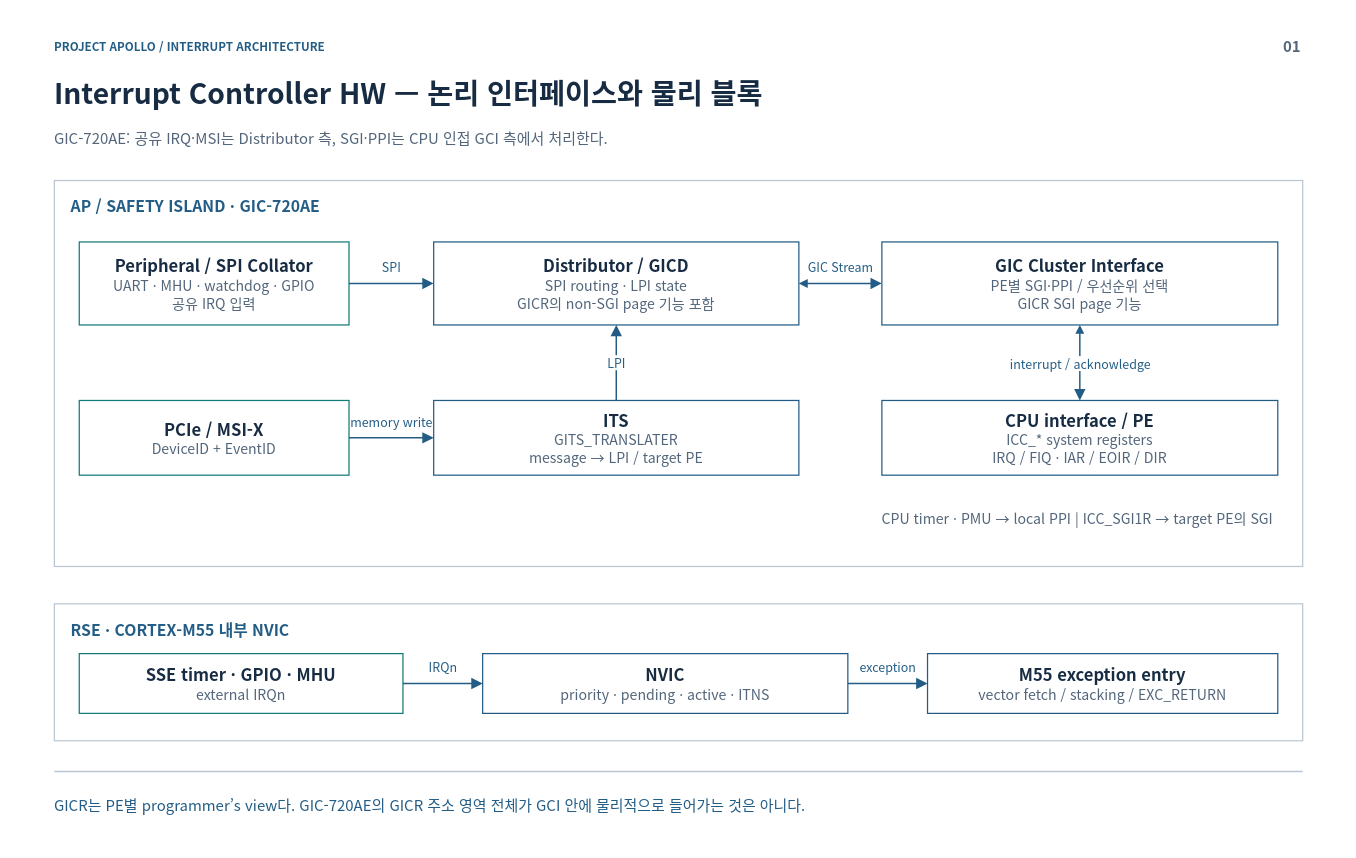
cometzero/project-apollo keeps this draw.io diagram as page "01-hardware" (1 of 32) of doc/phase1/interrupt/apollo-interrupt-architecture.drawio. Above is the earlier version. Source tidied: cells renumbered, new cells numbered last; positions are measured from the earlier drawing's top-left corner, leaving out a move shared by most shapes. Both pictures are drawn from the tidied source at 83%, with x=0, y=0 at pixel (14, 14).
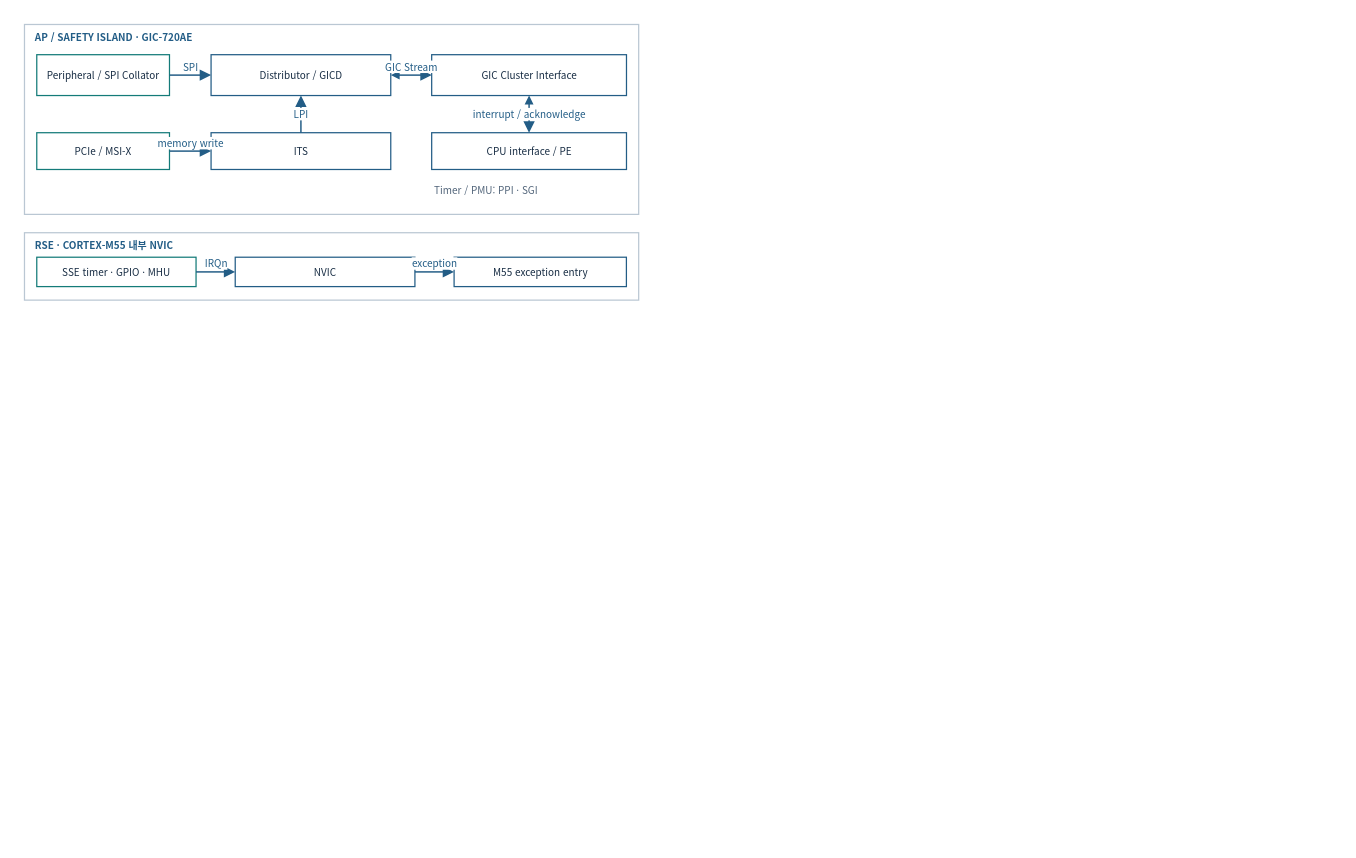
After the change.

What changed in the source:
```diff
@@
-    <mxCell id="2" style="rounded=0;whiteSpace=wrap;html=1;fillColor=#FFFFFF;strokeColor=none;strokeWidth=1.5;fontColor=#172C43;fontFamily=Noto Sans CJK KR;fontSize=18;spacing=14;" parent="1" vertex="1">
-      <mxGeometry width="1600" height="1000" as="geometry" />
-    </mxCell>
-    <mxCell id="3" value="PROJECT APOLLO  /  INTERRUPT ARCHITECTURE" style="rounded=0;whiteSpace=wrap;html=1;fillColor=#FFFFFF;strokeColor=none;strokeWidth=1.5;fontColor=#172C43;fontFamily=Noto Sans CJK KR;fontSize=18;spacing=14;fillColor=none;align=left;verticalAlign=middle;spacing=0;fontSize=14;fontColor=#235D86;fontStyle=1;" parent="1" vertex="1">
-      <mxGeometry x="48" y="26" width="1400" height="24" as="geometry" />
-    </mxCell>
-    <mxCell id="4" value="01" style="rounded=0;whiteSpace=wrap;html=1;fillColor=#FFFFFF;strokeColor=none;strokeWidth=1.5;fontColor=#172C43;fontFamily=Noto Sans CJK KR;fontSize=18;spacing=14;fillColor=none;align=right;verticalAlign=middle;spacing=0;fontSize=18;fontColor=#52657A;fontStyle=1;" parent="1" vertex="1">
-      <mxGeometry x="1485" y="23" width="65" height="30" as="geometry" />
-    </mxCell>
-    <mxCell id="5" value="Interrupt Controller HW — 논리 인터페이스와 물리 블록" style="rounded=0;whiteSpace=wrap;html=1;fillColor=#FFFFFF;strokeColor=none;strokeWidth=1.5;fontColor=#172C43;fontFamily=Noto Sans CJK KR;fontSize=18;spacing=14;fillColor=none;align=left;verticalAlign=middle;spacing=0;fontSize=34;fontColor=#172C43;fontStyle=1;" parent="1" vertex="1">
-      <mxGeometry x="48" y="67" width="1504" height="54" as="geometry" />
-    </mxCell>
-    <mxCell id="6" value="GIC-720AE: 공유 IRQ·MSI는 Distributor 측, SGI·PPI는 CPU 인접 GCI 측에서 처리한다." style="rounded=0;whiteSpace=wrap;html=1;fillColor=#FFFFFF;strokeColor=none;strokeWidth=1.5;fontColor=#172C43;fontFamily=Noto Sans CJK KR;fontSize=18;spacing=14;fillColor=none;align=left;verticalAlign=middle;spacing=0;fontSize=18;fontColor=#52657A;" parent="1" vertex="1">
-      <mxGeometry x="48" y="127" width="1504" height="44" as="geometry" />
-    </mxCell>
-    <mxCell id="7" style="html=1;rounded=0;edgeStyle=none;endArrow=none;endSize=9;strokeColor=#BAC7D3;strokeWidth=1.6;fontColor=#BAC7D3;fontFamily=Noto Sans CJK KR;fontSize=15;labelBackgroundColor=#FFFFFF;" parent="1" edge="1">
-      <mxGeometry relative="1" as="geometry">
-        <mxPoint x="48" y="912" as="sourcePoint" />
-        <mxPoint x="1552" y="912" as="targetPoint" />
-      </mxGeometry>
-    </mxCell>
-    <mxCell id="8" value="GICR는 PE별 programmer’s view다. GIC-720AE의 GICR 주소 영역 전체가 GCI 안에 물리적으로 들어가는 것은 아니다." style="rounded=0;whiteSpace=wrap;html=1;fillColor=#FFFFFF;strokeColor=none;strokeWidth=1.5;fontColor=#172C43;fontFamily=Noto Sans CJK KR;fontSize=18;spacing=14;fillColor=none;align=left;verticalAlign=middle;spacing=0;fontSize=18;fontColor=#235D86;" parent="1" vertex="1">
-      <mxGeometry x="48" y="926" width="1504" height="52" as="geometry" />
-    </mxCell>
-    <mxCell id="9" style="rounded=0;whiteSpace=wrap;html=1;fillColor=#FFFFFF;strokeColor=#BAC7D3;strokeWidth=1.5;fontColor=#172C43;fontFamily=Noto Sans CJK KR;fontSize=18;spacing=14;" parent="1" vertex="1">
-      <mxGeometry x="48" y="200" width="1504" height="465" as="geometry" />
+    <mxCell id="9" style="rounded=0;whiteSpace=wrap;html=1;fillColor=#FFFFFF;strokeColor=#BAC7D3;strokeWidth=1.5;fontColor=#172C43;fontFamily=Noto Sans CJK KR;fontSize=12;spacing=3;whiteSpace=wrap;" parent="1" vertex="1">
+      <mxGeometry x="12" y="12" width="740" height="228.8" as="geometry" />
     </mxCell>
-    <mxCell id="10" value="AP / SAFETY ISLAND  ·  GIC-720AE" style="rounded=0;whiteSpace=wrap;html=1;fillColor=#FFFFFF;strokeColor=none;strokeWidth=1.5;fontColor=#172C43;fontFamily=Noto Sans CJK KR;fontSize=18;spacing=14;fillColor=none;align=left;verticalAlign=middle;spacing=0;fontSize=19;fontColor=#235D86;fontStyle=1;" parent="1" vertex="1">
-      <mxGeometry x="68" y="215" width="1464" height="32" as="geometry" />
+    <mxCell id="10" value="AP / SAFETY ISLAND  ·  GIC-720AE" style="rounded=0;whiteSpace=wrap;html=1;fillColor=#FFFFFF;strokeColor=none;strokeWidth=1.5;fontColor=#172C43;fontFamily=Noto Sans CJK KR;fillColor=none;align=left;verticalAlign=middle;fontColor=#235D86;fontStyle=1;fontSize=12;spacing=3;whiteSpace=wrap;" parent="1" vertex="1">
+      <mxGeometry x="21.8" y="19.4" width="720.3" height="15.7" as="geometry" />
     </mxCell>
-    <mxCell id="11" value="&lt;b style=&quot;font-size:20px&quot;&gt;Peripheral / SPI Collator&lt;/b&gt;&lt;br&gt;&lt;font color=&quot;#52657A&quot; style=&quot;font-size:17px&quot;&gt;UART · MHU · watchdog · GPIO&lt;br&gt;공유 IRQ 입력&lt;/font&gt;" style="rounded=0;whiteSpace=wrap;html=1;fillColor=#FFFFFF;strokeColor=#147B79;strokeWidth=1.5;fontColor=#172C43;fontFamily=Noto Sans CJK KR;fontSize=18;spacing=14;" parent="1" vertex="1">
-      <mxGeometry x="78" y="274" width="325" height="100" as="geometry" />
+    <mxCell id="11" value="Peripheral / SPI Collator" style="rounded=0;whiteSpace=wrap;html=1;fillColor=#FFFFFF;strokeColor=#147B79;strokeWidth=1.5;fontColor=#172C43;fontFamily=Noto Sans CJK KR;fontSize=12;spacing=3;whiteSpace=wrap;" parent="1" vertex="1">
+      <mxGeometry x="26.8" y="48.4" width="159.9" height="49.2" as="geometry" />
     </mxCell>
-    <mxCell id="12" value="&lt;b style=&quot;font-size:20px&quot;&gt;Distributor / GICD&lt;/b&gt;&lt;br&gt;&lt;font color=&quot;#52657A&quot; style=&quot;font-size:17px&quot;&gt;SPI routing · LPI state&lt;br&gt;GICR의 non-SGI page 기능 포함&lt;/font&gt;" style="rounded=0;whiteSpace=wrap;html=1;fillColor=#FFFFFF;strokeColor=#235D86;strokeWidth=1.5;fontColor=#172C43;fontFamily=Noto Sans CJK KR;fontSize=18;spacing=14;" parent="1" vertex="1">
-      <mxGeometry x="505" y="274" width="440" height="100" as="geometry" />
+    <mxCell id="12" value="Distributor / GICD" style="rounded=0;whiteSpace=wrap;html=1;fillColor=#FFFFFF;strokeColor=#235D86;strokeWidth=1.5;fontColor=#172C43;fontFamily=Noto Sans CJK KR;fontSize=12;spacing=3;whiteSpace=wrap;" parent="1" vertex="1">
+      <mxGeometry x="236.8" y="48.4" width="216.5" height="49.2" as="geometry" />
     </mxCell>
-    <mxCell id="13" value="&lt;b style=&quot;font-size:20px&quot;&gt;GIC Cluster Interface&lt;/b&gt;&lt;br&gt;&lt;font color=&quot;#52657A&quot; style=&quot;font-size:17px&quot;&gt;PE별 SGI·PPI / 우선순위 선택&lt;br&gt;GICR SGI page 기능&lt;/font&gt;" style="rounded=0;whiteSpace=wrap;html=1;fillColor=#FFFFFF;strokeColor=#235D86;strokeWidth=1.5;fontColor=#172C43;fontFamily=Noto Sans CJK KR;fontSize=18;spacing=14;" parent="1" vertex="1">
-      <mxGeometry x="1045" y="274" width="477" height="100" as="geometry" />
+    <mxCell id="13" value="GIC Cluster Interface" style="rounded=0;whiteSpace=wrap;html=1;fillColor=#FFFFFF;strokeColor=#235D86;strokeWidth=1.5;fontColor=#172C43;fontFamily=Noto Sans CJK KR;fontSize=12;spacing=3;whiteSpace=wrap;" parent="1" vertex="1">
+      <mxGeometry x="502.6" y="48.4" width="234.7" height="49.2" as="geometry" />
     </mxCell>
-    <mxCell id="14" value="SPI" style="html=1;whiteSpace=nowrap;rounded=0;edgeStyle=none;endArrow=block;endFill=1;endSize=9;strokeColor=#235D86;strokeWidth=1.8;fontColor=#235D86;fontFamily=Noto Sans CJK KR;fontSize=15;labelBackgroundColor=#FFFFFF;exitX=1;exitY=0.5;exitDx=0;exitDy=0;entryX=0;entryY=0.5;entryDx=0;entryDy=0;" parent="1" edge="1" source="11" target="12">
+    <mxCell id="14" value="SPI" style="html=1;rounded=0;edgeStyle=none;endArrow=block;endFill=1;endSize=9;strokeColor=#235D86;strokeWidth=1.8;fontColor=#235D86;fontFamily=Noto Sans CJK KR;labelBackgroundColor=#FFFFFF;exitX=1;exitY=0.5;exitDx=0;exitDy=0;entryX=0;entryY=0.5;entryDx=0;entryDy=0;fontSize=12;spacing=3;whiteSpace=nowrap;" parent="1" edge="1" source="11" target="12">
       <mxGeometry relative="1" as="geometry">
-        <mxPoint y="-20" as="offset" />
+        <mxPoint y="-9.8" as="offset" />
       </mxGeometry>
     </mxCell>
-    <mxCell id="15" value="GIC Stream" style="html=1;whiteSpace=nowrap;rounded=0;edgeStyle=none;endArrow=block;endFill=1;endSize=9;strokeColor=#235D86;strokeWidth=1.8;fontColor=#235D86;fontFamily=Noto Sans CJK KR;fontSize=15;labelBackgroundColor=#FFFFFF;exitX=1;exitY=0.5;exitDx=0;exitDy=0;entryX=0;entryY=0.5;entryDx=0;entryDy=0;startArrow=block;startFill=1;" parent="1" edge="1" source="12" target="13">
+    <mxCell id="15" value="GIC Stream" style="html=1;rounded=0;edgeStyle=none;endArrow=block;endFill=1;endSize=9;strokeColor=#235D86;strokeWidth=1.8;fontColor=#235D86;fontFamily=Noto Sans CJK KR;labelBackgroundColor=#FFFFFF;exitX=1;exitY=0.5;exitDx=0;exitDy=0;entryX=0;entryY=0.5;entryDx=0;entryDy=0;startArrow=block;startFill=1;fontSize=12;spacing=3;whiteSpace=nowrap;" parent="1" edge="1" source="12" target="13">
       <mxGeometry relative="1" as="geometry">
-        <mxPoint y="-20" as="offset" />
+        <mxPoint y="-9.8" as="offset" />
       </mxGeometry>
     </mxCell>
-    <mxCell id="16" value="&lt;b style=&quot;font-size:20px&quot;&gt;PCIe / MSI-X&lt;/b&gt;&lt;br&gt;&lt;font color=&quot;#52657A&quot; style=&quot;font-size:17px&quot;&gt;DeviceID + EventID&lt;/font&gt;" style="rounded=0;whiteSpace=wrap;html=1;fillColor=#FFFFFF;strokeColor=#147B79;strokeWidth=1.5;fontColor=#172C43;fontFamily=Noto Sans CJK KR;fontSize=18;spacing=14;" parent="1" vertex="1">
-      <mxGeometry x="78" y="465" width="325" height="90" as="geometry" />
+    <mxCell id="16" value="PCIe / MSI-X" style="rounded=0;whiteSpace=wrap;html=1;fillColor=#FFFFFF;strokeColor=#147B79;strokeWidth=1.5;fontColor=#172C43;fontFamily=Noto Sans CJK KR;fontSize=12;spacing=3;whiteSpace=wrap;" parent="1" vertex="1">
+      <mxGeometry x="26.8" y="142.4" width="159.9" height="44.3" as="geometry" />
     </mxCell>
-    <mxCell id="17" value="&lt;b style=&quot;font-size:20px&quot;&gt;ITS&lt;/b&gt;&lt;br&gt;&lt;font color=&quot;#52657A&quot; style=&quot;font-size:17px&quot;&gt;GITS_TRANSLATER&lt;br&gt;message → LPI / target PE&lt;/font&gt;" style="rounded=0;whiteSpace=wrap;html=1;fillColor=#FFFFFF;strokeColor=#235D86;strokeWidth=1.5;fontColor=#172C43;fontFamily=Noto Sans CJK KR;fontSize=18;spacing=14;" parent="1" vertex="1">
-      <mxGeometry x="505" y="465" width="440" height="90" as="geometry" />
+    <mxCell id="17" value="ITS" style="rounded=0;whiteSpace=wrap;html=1;fillColor=#FFFFFF;strokeColor=#235D86;strokeWidth=1.5;fontColor=#172C43;fontFamily=Noto Sans CJK KR;fontSize=12;spacing=3;whiteSpace=wrap;" parent="1" vertex="1">
+      <mxGeometry x="236.8" y="142.4" width="216.5" height="44.3" as="geometry" />
     </mxCell>
-    <mxCell id="18" value="&lt;b style=&quot;font-size:20px&quot;&gt;CPU interface / PE&lt;/b&gt;&lt;br&gt;&lt;font color=&quot;#52657A&quot; style=&quot;font-size:17px&quot;&gt;ICC_* system registers&lt;br&gt;IRQ / FIQ · IAR / EOIR / DIR&lt;/font&gt;" style="rounded=0;whiteSpace=wrap;html=1;fillColor=#FFFFFF;strokeColor=#235D86;strokeWidth=1.5;fontColor=#172C43;fontFamily=Noto Sans CJK KR;fontSize=18;spacing=14;" parent="1" vertex="1">
-      <mxGeometry x="1045" y="465" width="477" height="90" as="geometry" />
+    <mxCell id="18" value="CPU interface / PE" style="rounded=0;whiteSpace=wrap;html=1;fillColor=#FFFFFF;strokeColor=#235D86;strokeWidth=1.5;fontColor=#172C43;fontFamily=Noto Sans CJK KR;fontSize=12;spacing=3;whiteSpace=wrap;" parent="1" vertex="1">
+      <mxGeometry x="502.6" y="142.4" width="234.7" height="44.3" as="geometry" />
     </mxCell>
-    <mxCell id="19" value="memory write" style="html=1;whiteSpace=nowrap;rounded=0;edgeStyle=none;endArrow=block;endFill=1;endSize=9;strokeColor=#235D86;strokeWidth=1.8;fontColor=#235D86;fontFamily=Noto Sans CJK KR;fontSize=15;labelBackgroundColor=#FFFFFF;exitX=1;exitY=0.5;exitDx=0;exitDy=0;entryX=0;entryY=0.5;entryDx=0;entryDy=0;" parent="1" edge="1" source="16" target="17">
+    <mxCell id="19" value="memory write" style="html=1;rounded=0;edgeStyle=none;endArrow=block;endFill=1;endSize=9;strokeColor=#235D86;strokeWidth=1.8;fontColor=#235D86;fontFamily=Noto Sans CJK KR;labelBackgroundColor=#FFFFFF;exitX=1;exitY=0.5;exitDx=0;exitDy=0;entryX=0;entryY=0.5;entryDx=0;entryDy=0;fontSize=12;spacing=3;whiteSpace=nowrap;" parent="1" edge="1" source="16" target="17">
       <mxGeometry relative="1" as="geometry">
-        <mxPoint y="-20" as="offset" />
+        <mxPoint y="-9.8" as="offset" />
       </mxGeometry>
     </mxCell>
-    <mxCell id="20" value="LPI" style="html=1;whiteSpace=nowrap;rounded=0;edgeStyle=none;endArrow=block;endFill=1;endSize=9;strokeColor=#235D86;strokeWidth=1.8;fontColor=#235D86;fontFamily=Noto Sans CJK KR;fontSize=15;labelBackgroundColor=#FFFFFF;exitX=0.5;exitY=0;exitDx=0;exitDy=0;entryX=0.5;entryY=1;entryDx=0;entryDy=0;" parent="1" edge="1" source="17" target="12">
+    <mxCell id="20" value="LPI" style="html=1;rounded=0;edgeStyle=none;endArrow=block;endFill=1;endSize=9;strokeColor=#235D86;strokeWidth=1.8;fontColor=#235D86;fontFamily=Noto Sans CJK KR;labelBackgroundColor=#FFFFFF;exitX=0.5;exitY=0;exitDx=0;exitDy=0;entryX=0.5;entryY=1;entryDx=0;entryDy=0;fontSize=12;spacing=3;whiteSpace=nowrap;" parent="1" edge="1" source="17" target="12">
       <mxGeometry relative="1" as="geometry" />
     </mxCell>
-    <mxCell id="21" value="interrupt / acknowledge" style="html=1;whiteSpace=nowrap;rounded=0;edgeStyle=none;endArrow=block;endFill=1;endSize=9;strokeColor=#235D86;strokeWidth=1.8;fontColor=#235D86;fontFamily=Noto Sans CJK KR;fontSize=15;labelBackgroundColor=#FFFFFF;exitX=0.5;exitY=1;exitDx=0;exitDy=0;entryX=0.5;entryY=0;entryDx=0;entryDy=0;startArrow=block;startFill=1;" parent="1" edge="1" source="13" target="18">
+    <mxCell id="21" value="interrupt / acknowledge" style="html=1;rounded=0;edgeStyle=none;endArrow=block;endFill=1;endSize=9;strokeColor=#235D86;strokeWidth=1.8;fontColor=#235D86;fontFamily=Noto Sans CJK KR;labelBackgroundColor=#FFFFFF;exitX=0.5;exitY=1;exitDx=0;exitDy=0;entryX=0.5;entryY=0;entryDx=0;entryDy=0;startArrow=block;startFill=1;fontSize=12;spacing=3;whiteSpace=nowrap;" parent="1" edge="1" source="13" target="18">
       <mxGeometry relative="1" as="geometry" />
     </mxCell>
-    <mxCell id="22" value="CPU timer · PMU → local PPI  |  ICC_SGI1R → target PE의 SGI" style="rounded=0;whiteSpace=wrap;html=1;fillColor=#FFFFFF;strokeColor=none;strokeWidth=1.5;fontColor=#172C43;fontFamily=Noto Sans CJK KR;fontSize=18;spacing=14;fillColor=none;align=left;verticalAlign=middle;spacing=0;fontSize=17;fontColor=#52657A;" parent="1" vertex="1">
-      <mxGeometry x="1045" y="581" width="477" height="52" as="geometry" />
+    <mxCell id="22" value="Timer / PMU: PPI · SGI" style="rounded=0;whiteSpace=wrap;html=1;fillColor=#FFFFFF;strokeColor=none;strokeWidth=1.5;fontColor=#172C43;fontFamily=Noto Sans CJK KR;fillColor=none;align=left;verticalAlign=middle;fontColor=#52657A;fontSize=12;spacing=3;whiteSpace=wrap;" parent="1" vertex="1">
+      <mxGeometry x="502.6" y="199.5" width="234.7" height="25.6" as="geometry" />
     </mxCell>
-    <mxCell id="23" style="rounded=0;whiteSpace=wrap;html=1;fillColor=#FFFFFF;strokeColor=#BAC7D3;strokeWidth=1.5;fontColor=#172C43;fontFamily=Noto Sans CJK KR;fontSize=18;spacing=14;" parent="1" vertex="1">
-      <mxGeometry x="48" y="710" width="1504" height="165" as="geometry" />
+    <mxCell id="23" style="rounded=0;whiteSpace=wrap;html=1;fillColor=#FFFFFF;strokeColor=#BAC7D3;strokeWidth=1.5;fontColor=#172C43;fontFamily=Noto Sans CJK KR;fontSize=12;spacing=3;whiteSpace=wrap;" parent="1" vertex="1">
+      <mxGeometry x="12" y="262.9" width="740" height="81.2" as="geometry" />
     </mxCell>
-    <mxCell id="24" value="RSE  ·  CORTEX-M55 내부 NVIC" style="rounded=0;whiteSpace=wrap;html=1;fillColor=#FFFFFF;strokeColor=none;strokeWidth=1.5;fontColor=#172C43;fontFamily=Noto Sans CJK KR;fontSize=18;spacing=14;fillColor=none;align=left;verticalAlign=middle;spacing=0;fontSize=19;fontColor=#235D86;fontStyle=1;" parent="1" vertex="1">
-      <mxGeometry x="68" y="725" width="1464" height="32" as="geometry" />
+    <mxCell id="24" value="RSE  ·  CORTEX-M55 내부 NVIC" style="rounded=0;whiteSpace=wrap;html=1;fillColor=#FFFFFF;strokeColor=none;strokeWidth=1.5;fontColor=#172C43;fontFamily=Noto Sans CJK KR;fillColor=none;align=left;verticalAlign=middle;fontColor=#235D86;fontStyle=1;fontSize=12;spacing=3;whiteSpace=wrap;" parent="1" vertex="1">
+      <mxGeometry x="21.8" y="270.3" width="720.3" height="15.7" as="geometry" />
     </mxCell>
-    <mxCell id="25" value="&lt;b style=&quot;font-size:20px&quot;&gt;SSE timer · GPIO · MHU&lt;/b&gt;&lt;br&gt;&lt;font color=&quot;#52657A&quot; style=&quot;font-size:17px&quot;&gt;external IRQn&lt;/font&gt;" style="rounded=0;whiteSpace=wrap;html=1;fillColor=#FFFFFF;strokeColor=#147B79;strokeWidth=1.5;fontColor=#172C43;fontFamily=Noto Sans CJK KR;fontSize=18;spacing=14;" parent="1" vertex="1">
-      <mxGeometry x="78" y="770" width="390" height="72" as="geometry" />
+    <mxCell id="25" value="SSE timer · GPIO · MHU" style="rounded=0;whiteSpace=wrap;html=1;fillColor=#FFFFFF;strokeColor=#147B79;strokeWidth=1.5;fontColor=#172C43;fontFamily=Noto Sans CJK KR;fontSize=12;spacing=3;whiteSpace=wrap;" parent="1" vertex="1">
+      <mxGeometry x="26.8" y="292.4" width="191.9" height="35.4" as="geometry" />
     </mxCell>
-    <mxCell id="26" value="&lt;b style=&quot;font-size:20px&quot;&gt;NVIC&lt;/b&gt;&lt;br&gt;&lt;font color=&quot;#52657A&quot; style=&quot;font-size:17px&quot;&gt;priority · pending · active · ITNS&lt;/font&gt;" style="rounded=0;whiteSpace=wrap;html=1;fillColor=#FFFFFF;strokeColor=#235D86;strokeWidth=1.5;fontColor=#172C43;fontFamily=Noto Sans CJK KR;fontSize=18;spacing=14;" parent="1" vertex="1">
-      <mxGeometry x="564" y="770" width="440" height="72" as="geometry" />
+    <mxCell id="26" value="NVIC" style="rounded=0;whiteSpace=wrap;html=1;fillColor=#FFFFFF;strokeColor=#235D86;strokeWidth=1.5;fontColor=#172C43;fontFamily=Noto Sans CJK KR;fontSize=12;spacing=3;whiteSpace=wrap;" parent="1" vertex="1">
+      <mxGeometry x="265.9" y="292.4" width="216.5" height="35.4" as="geometry" />
     </mxCell>
-    <mxCell id="27" value="&lt;b style=&quot;font-size:20px&quot;&gt;M55 exception entry&lt;/b&gt;&lt;br&gt;&lt;font color=&quot;#52657A&quot; style=&quot;font-size:17px&quot;&gt;vector fetch / stacking / EXC_RETURN&lt;/font&gt;" style="rounded=0;whiteSpace=wrap;html=1;fillColor=#FFFFFF;strokeColor=#235D86;strokeWidth=1.5;fontColor=#172C43;fontFamily=Noto Sans CJK KR;fontSize=18;spacing=14;" parent="1" vertex="1">
-      <mxGeometry x="1100" y="770" width="422" height="72" as="geometry" />
+    <mxCell id="27" value="M55 exception entry" style="rounded=0;whiteSpace=wrap;html=1;fillColor=#FFFFFF;strokeColor=#235D86;strokeWidth=1.5;fontColor=#172C43;fontFamily=Noto Sans CJK KR;fontSize=12;spacing=3;whiteSpace=wrap;" parent="1" vertex="1">
+      <mxGeometry x="529.6" y="292.4" width="207.6" height="35.4" as="geometry" />
     </mxCell>
-    <mxCell id="28" value="IRQn" style="html=1;whiteSpace=nowrap;rounded=0;edgeStyle=none;endArrow=block;endFill=1;endSize=9;strokeColor=#235D86;strokeWidth=1.8;fontColor=#235D86;fontFamily=Noto Sans CJK KR;fontSize=15;labelBackgroundColor=#FFFFFF;exitX=1;exitY=0.5;exitDx=0;exitDy=0;entryX=0;entryY=0.5;entryDx=0;entryDy=0;" parent="1" edge="1" source="25" target="26">
+    <mxCell id="28" value="IRQn" style="html=1;rounded=0;edgeStyle=none;endArrow=block;endFill=1;endSize=9;strokeColor=#235D86;strokeWidth=1.8;fontColor=#235D86;fontFamily=Noto Sans CJK KR;labelBackgroundColor=#FFFFFF;exitX=1;exitY=0.5;exitDx=0;exitDy=0;entryX=0;entryY=0.5;entryDx=0;entryDy=0;fontSize=12;spacing=3;whiteSpace=nowrap;" parent="1" edge="1" source="25" target="26">
       <mxGeometry relative="1" as="geometry">
-        <mxPoint y="-20" as="offset" />
+        <mxPoint y="-9.8" as="offset" />
       </mxGeometry>
     </mxCell>
-    <mxCell id="29" value="exception" style="html=1;whiteSpace=nowrap;rounded=0;edgeStyle=none;endArrow=block;endFill=1;endSize=9;strokeColor=#235D86;strokeWidth=1.8;fontColor=#235D86;fontFamily=Noto Sans CJK KR;fontSize=15;labelBackgroundColor=#FFFFFF;exitX=1;exitY=0.5;exitDx=0;exitDy=0;entryX=0;entryY=0.5;entryDx=0;entryDy=0;" parent="1" edge="1" source="26" target="27">
+    <mxCell id="29" value="exception" style="html=1;rounded=0;edgeStyle=none;endArrow=block;endFill=1;endSize=9;strokeColor=#235D86;strokeWidth=1.8;fontColor=#235D86;fontFamily=Noto Sans CJK KR;labelBackgroundColor=#FFFFFF;exitX=1;exitY=0.5;exitDx=0;exitDy=0;entryX=0;entryY=0.5;entryDx=0;entryDy=0;fontSize=12;spacing=3;whiteSpace=nowrap;" parent="1" edge="1" source="26" target="27">
       <mxGeometry relative="1" as="geometry">
-        <mxPoint y="-20" as="offset" />
+        <mxPoint y="-9.8" as="offset" />
       </mxGeometry>
     </mxCell>
```
